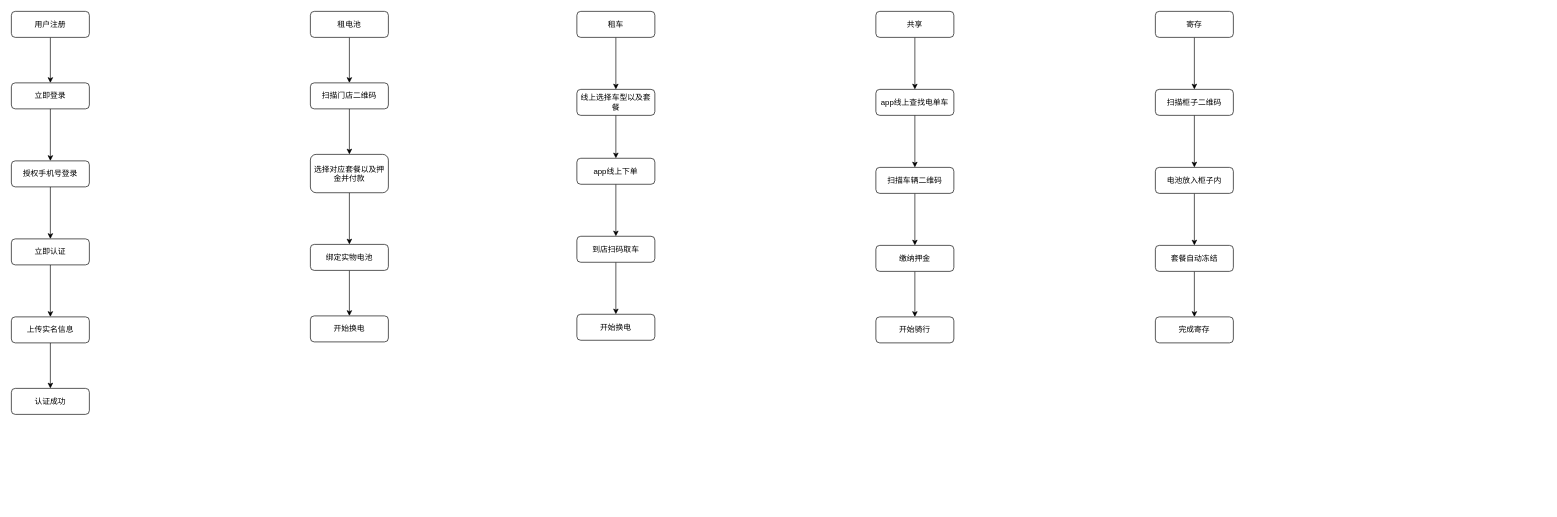
Earlier version of the draw.io diagram 换电SaaS平台-业务流程图.drawio (vikey5210000/diagrams). Source tidied: cells renumbered, new cells numbered last; positions are measured from the earlier drawing's top-left corner, leaving out a move shared by most shapes. Both pictures are drawn from the tidied source at 65%, with x=0, y=0 at pixel (11, 11).
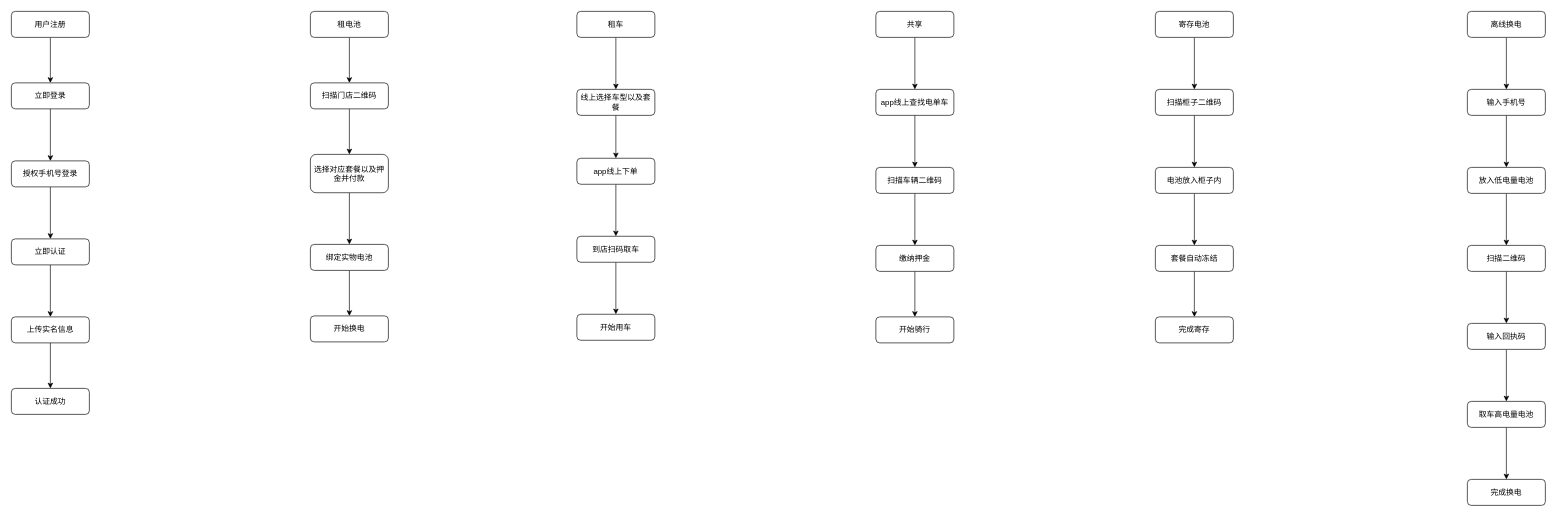
The same diagram, later.

Commit message:
新增离线换电业务流程

Diff of the diagram source:
```diff
@@
-    <mxCell id="28" value="开始换电" style="whiteSpace=wrap;html=1;rounded=1;" parent="1" vertex="1">
+    <mxCell id="28" value="开始用车" style="whiteSpace=wrap;html=1;rounded=1;" parent="1" vertex="1">
       <mxGeometry x="870" y="466" width="120" height="40" as="geometry" />
     </mxCell>
@@
-    <mxCell id="41" value="寄存" style="rounded=1;whiteSpace=wrap;html=1;" parent="1" vertex="1">
+    <mxCell id="41" value="寄存电池" style="rounded=1;whiteSpace=wrap;html=1;" parent="1" vertex="1">
       <mxGeometry x="1760" width="120" height="40" as="geometry" />
     </mxCell>
@@
+    <mxCell id="49" style="edgeStyle=orthogonalEdgeStyle;rounded=0;jettySize=auto;html=1;" parent="1" edge="1" source="50" target="52">
+      <mxGeometry relative="1" as="geometry" />
+    </mxCell>
+    <mxCell id="50" value="离线换电" style="rounded=1;whiteSpace=wrap;html=1;" parent="1" vertex="1">
+      <mxGeometry x="2240" width="120" height="40" as="geometry" />
+    </mxCell>
+    <mxCell id="51" style="edgeStyle=orthogonalEdgeStyle;rounded=0;jettySize=auto;html=1;" parent="1" edge="1" source="52" target="54">
+      <mxGeometry relative="1" as="geometry" />
+    </mxCell>
+    <mxCell id="52" value="输入手机号" style="rounded=1;whiteSpace=wrap;html=1;" parent="1" vertex="1">
+      <mxGeometry x="2240" y="120" width="120" height="40" as="geometry" />
+    </mxCell>
+    <mxCell id="53" style="edgeStyle=orthogonalEdgeStyle;rounded=0;jettySize=auto;html=1;" parent="1" edge="1" source="54" target="56">
+      <mxGeometry relative="1" as="geometry" />
+    </mxCell>
+    <mxCell id="54" value="放入低电量电池" style="rounded=1;whiteSpace=wrap;html=1;" parent="1" vertex="1">
+      <mxGeometry x="2240" y="240" width="120" height="40" as="geometry" />
+    </mxCell>
+    <mxCell id="55" style="edgeStyle=orthogonalEdgeStyle;rounded=0;jettySize=auto;html=1;" parent="1" edge="1" source="56" target="58">
+      <mxGeometry relative="1" as="geometry" />
+    </mxCell>
+    <mxCell id="56" value="扫描二维码" style="rounded=1;whiteSpace=wrap;html=1;" parent="1" vertex="1">
+      <mxGeometry x="2240" y="360" width="120" height="40" as="geometry" />
+    </mxCell>
+    <mxCell id="57" style="edgeStyle=orthogonalEdgeStyle;rounded=0;jettySize=auto;html=1;" parent="1" edge="1" source="58" target="60">
+      <mxGeometry relative="1" as="geometry" />
+    </mxCell>
+    <mxCell id="58" value="输入回执码" style="rounded=1;whiteSpace=wrap;html=1;" parent="1" vertex="1">
+      <mxGeometry x="2240" y="480" width="120" height="40" as="geometry" />
+    </mxCell>
+    <mxCell id="59" style="edgeStyle=orthogonalEdgeStyle;rounded=0;jettySize=auto;html=1;" parent="1" edge="1" source="60" target="61">
+      <mxGeometry relative="1" as="geometry" />
+    </mxCell>
+    <mxCell id="60" value="取车高电量电池" style="rounded=1;whiteSpace=wrap;html=1;" parent="1" vertex="1">
+      <mxGeometry x="2240" y="600" width="120" height="40" as="geometry" />
+    </mxCell>
+    <mxCell id="61" value="完成换电" style="rounded=1;whiteSpace=wrap;html=1;" parent="1" vertex="1">
+      <mxGeometry x="2240" y="720" width="120" height="40" as="geometry" />
+    </mxCell>
```
